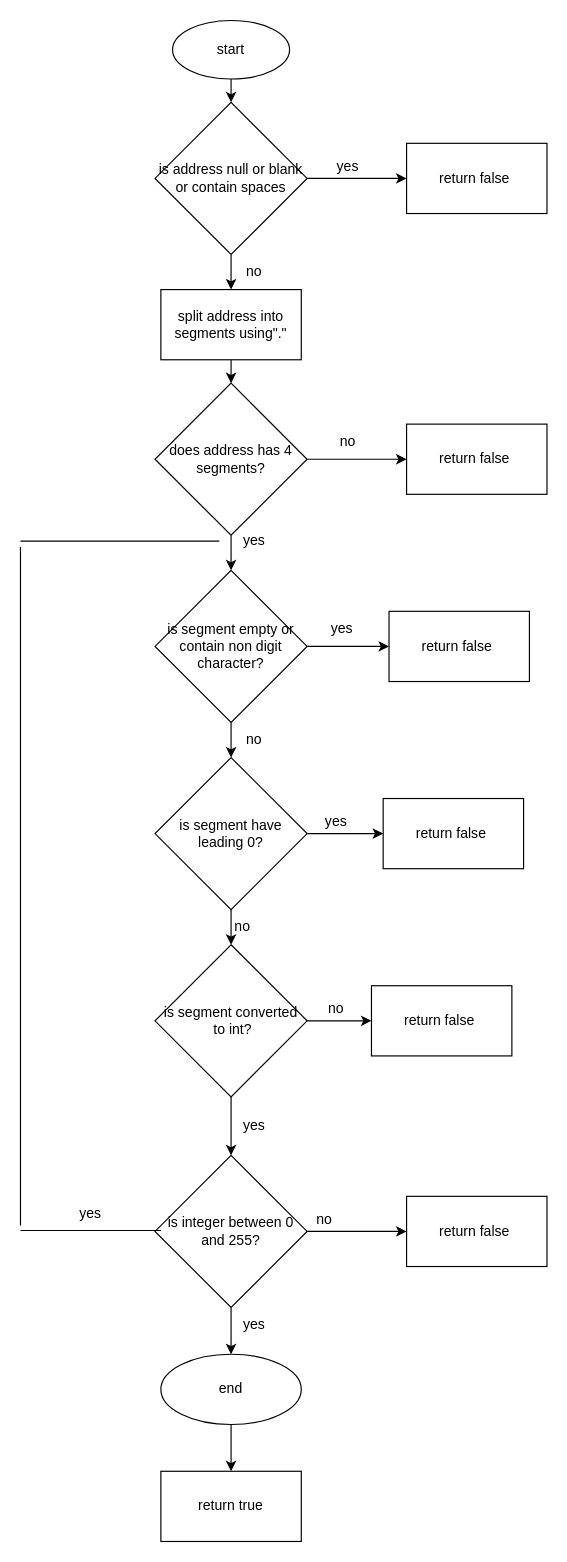
This is page "IPv4 diagram" (2 of 2) of Untitled Diagram.drawio from Zeinab979/sudoku-checker, a draw.io file, before an edit. Source tidied: cells renumbered, new cells numbered last; positions are measured from the earlier drawing's top-left corner, leaving out a move shared by most shapes. Both pictures are drawn from the tidied source at 117%, with x=0, y=0 at pixel (20, 20).
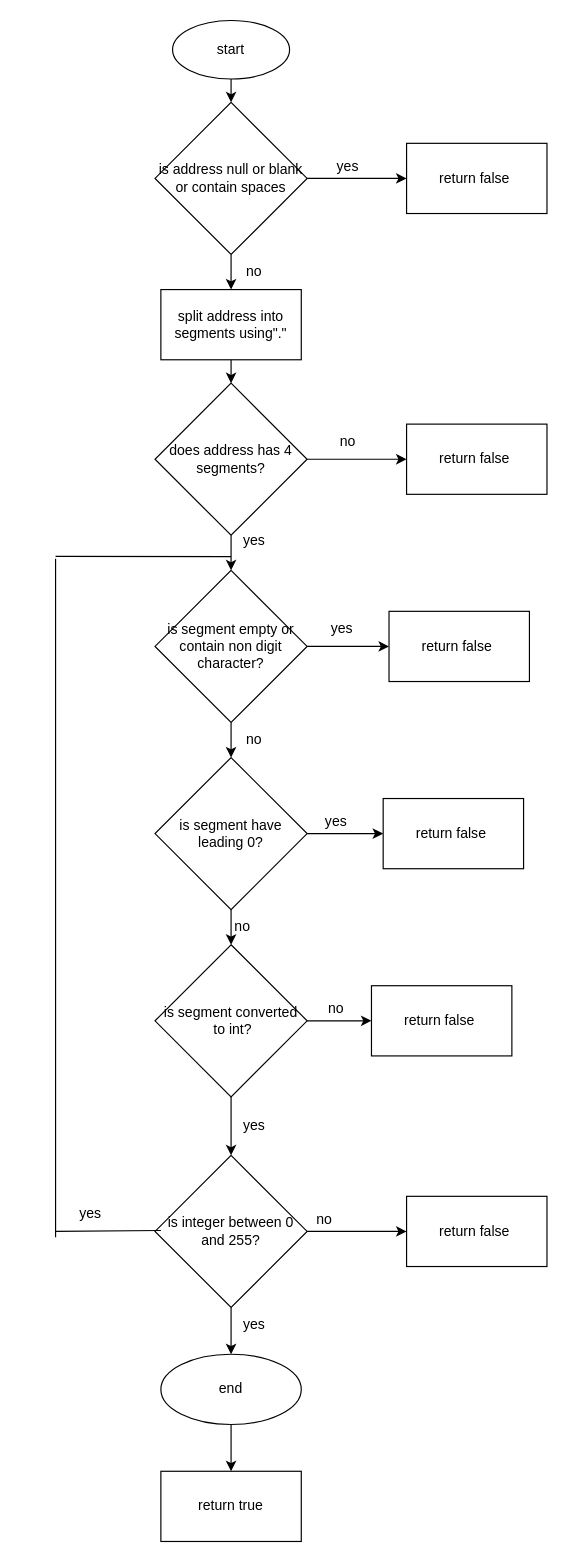
After the change.

Unchanged cells that the change refers to:
```xml
<mxCell id="17" value="yes" style="text;html=1;align=center;verticalAlign=middle;whiteSpace=wrap;rounded=0;" parent="1" vertex="1">
  <mxGeometry x="170" y="430" width="60" height="30" as="geometry" />
</mxCell>
<mxCell id="44" value="yes" style="text;html=1;align=center;verticalAlign=middle;whiteSpace=wrap;rounded=0;" parent="1" vertex="1">
  <mxGeometry x="30" y="1005" width="60" height="30" as="geometry" />
</mxCell>
```

Change to the diagram source:
```diff
@@
-    <mxCell id="41" style="endArrow=none;html=1;rounded=0;" parent="1" edge="1">
+    <mxCell id="41" style="endArrow=none;html=1;rounded=0;exitX=0;exitY=1;exitDx=0;exitDy=0;" parent="1" edge="1" source="44">
       <mxGeometry relative="1" as="geometry">
-        <mxPoint y="1034.2" as="sourcePoint" />
         <mxPoint x="120" y="1034.2" as="targetPoint" />
       </mxGeometry>
     </mxCell>
     <mxCell id="42" style="endArrow=none;html=1;rounded=0;" parent="1" edge="1">
       <mxGeometry relative="1" as="geometry">
-        <mxPoint y="1030" as="sourcePoint" />
-        <mxPoint y="450" as="targetPoint" />
+        <mxPoint x="30" y="1040" as="sourcePoint" />
+        <mxPoint x="30" y="460" as="targetPoint" />
       </mxGeometry>
     </mxCell>
-    <mxCell id="43" style="endArrow=none;html=1;rounded=0;entryX=0;entryY=0.5;entryDx=0;entryDy=0;" parent="1" edge="1" target="17">
+    <mxCell id="43" style="endArrow=none;html=1;rounded=0;entryX=0;entryY=0.5;entryDx=0;entryDy=0;" parent="1" edge="1">
       <mxGeometry relative="1" as="geometry">
-        <mxPoint y="445" as="sourcePoint" />
+        <mxPoint x="30" y="458" as="sourcePoint" />
+        <mxPoint x="180" y="458.3" as="targetPoint" />
       </mxGeometry>
     </mxCell>
```
